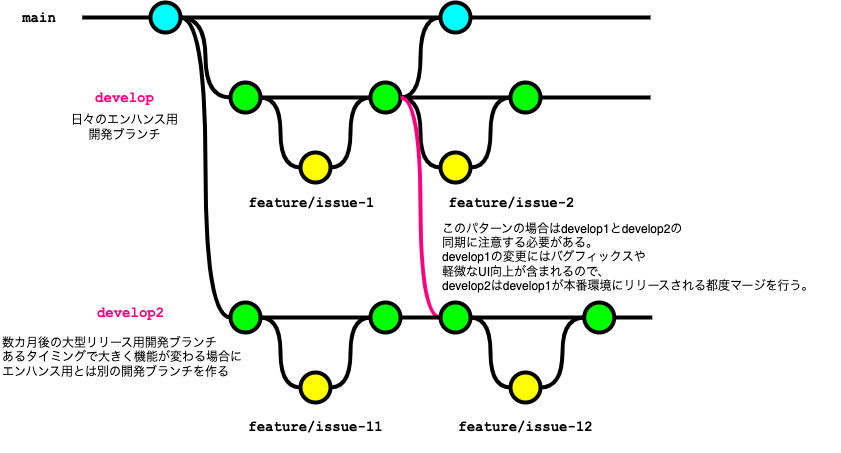
The draw.io diagram documents/forGitBranch/img/branch_strategy_multi_develop.drawio.png in future-architect/coding-standards, before a commit. Source tidied: cells renumbered, new cells last; positions are measured from the earlier drawing's top-left corner, leaving out a move shared by most shapes.
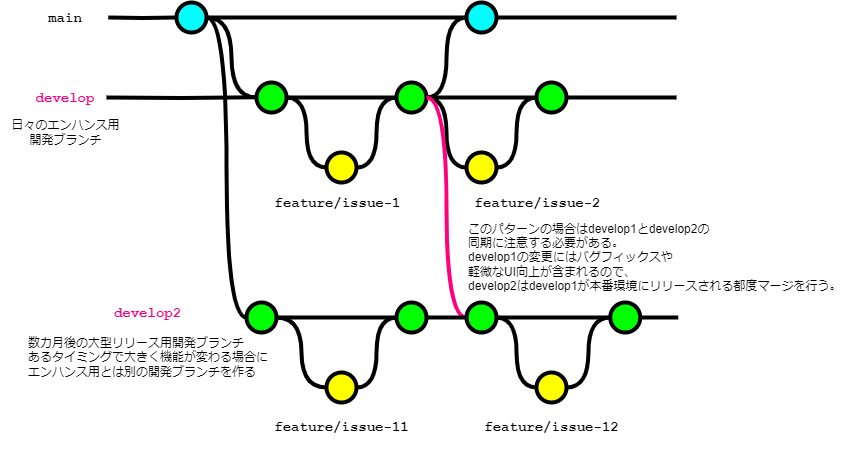
Later version of the same file.

Commit message:
develop branchは永続的に表現 (#162)

What changed in the source:
```diff
@@ -37,7 +37,7 @@
       <mxGeometry x="370" y="80" width="30" height="30" as="geometry" />
     </mxCell>
     <mxCell id="12" value="develop" style="text;html=1;strokeColor=none;fillColor=none;align=center;verticalAlign=middle;whiteSpace=wrap;overflow=hidden;fontSize=14;fontStyle=1;fontFamily=Courier New;fontColor=#FF0080;" parent="1" vertex="1">
-      <mxGeometry x="42.8" y="85" width="162.5" height="20" as="geometry" />
+      <mxGeometry x="-1.2" y="85" width="80" height="20" as="geometry" />
     </mxCell>
     <mxCell id="13" value="feature/issue-1" style="text;html=1;strokeColor=none;fillColor=none;align=center;verticalAlign=middle;whiteSpace=wrap;overflow=hidden;fontSize=14;fontStyle=1;fontFamily=Courier New;" parent="1" vertex="1">
       <mxGeometry x="230" y="190" width="162.5" height="20" as="geometry" />
@@ -78,10 +78,10 @@
       <mxGeometry relative="1" as="geometry" />
     </mxCell>
     <mxCell id="25" value="develop2" style="text;html=1;strokeColor=none;fillColor=none;align=center;verticalAlign=middle;whiteSpace=wrap;overflow=hidden;fontSize=14;fontStyle=1;fontFamily=Courier New;fontColor=#FF0080;" parent="1" vertex="1">
-      <mxGeometry x="48.8" y="300" width="162.5" height="20" as="geometry" />
+      <mxGeometry x="40" y="300" width="162.5" height="20" as="geometry" />
     </mxCell>
     <mxCell id="26" style="verticalLabelPosition=bottom;verticalAlign=top;html=1;strokeWidth=4;shape=mxgraph.flowchart.on-page_reference;plain-purple;gradientColor=none;strokeColor=#000000;fillColor=#00FF00;" parent="1" vertex="1">
-      <mxGeometry x="230" y="300" width="30" height="30" as="geometry" />
+      <mxGeometry x="220" y="300" width="30" height="30" as="geometry" />
     </mxCell>
     <mxCell id="27" style="verticalLabelPosition=bottom;verticalAlign=top;html=1;strokeWidth=4;shape=mxgraph.flowchart.on-page_reference;plain-purple;gradientColor=none;strokeColor=#000000;fillColor=#FFFF00;" parent="1" vertex="1">
       <mxGeometry x="300" y="370" width="30" height="30" as="geometry" />
@@ -137,7 +137,7 @@
       <mxGeometry relative="1" as="geometry" />
     </mxCell>
     <mxCell id="44" value="日々のエンハンス用&lt;br&gt;開発ブランチ" style="text;html=1;align=center;verticalAlign=middle;strokeColor=none;fillColor=none;" parent="1" vertex="1">
-      <mxGeometry x="59" y="105" width="130" height="40" as="geometry" />
+      <mxGeometry x="-26.2" y="110" width="130" height="40" as="geometry" />
     </mxCell>
     <mxCell id="45" value="数カ月後の大型リリース用開発ブランチ&lt;br&gt;あるタイミングで大きく機能が変わる場合に&lt;br&gt;エンハンス用とは別の開発ブランチを作る" style="text;html=1;align=left;verticalAlign=middle;strokeColor=none;fillColor=none;" parent="1" vertex="1">
       <mxGeometry y="325" width="260" height="60" as="geometry" />
@@ -145,5 +145,11 @@
     <mxCell id="46" value="このパターンの場合はdevelop1とdevelop2の&lt;br&gt;同期に注意する必要がある。&lt;br&gt;develop1の変更にはバグフィックスや&lt;br&gt;軽微なUI向上が含まれるので、&lt;br&gt;develop2はdevelop1が本番環境にリリースされる都度マージを行う。" style="text;html=1;align=left;verticalAlign=middle;strokeColor=none;fillColor=none;" parent="1" vertex="1">
       <mxGeometry x="440" y="210" width="400" height="90" as="geometry" />
     </mxCell>
+    <mxCell id="47" style="edgeStyle=orthogonalEdgeStyle;rounded=0;html=1;jettySize=auto;orthogonalLoop=1;strokeWidth=4;endArrow=none;endFill=0;" parent="1" edge="1">
+      <mxGeometry x="78.2" y="180" as="geometry">
+        <mxPoint x="80" y="95" as="sourcePoint" />
+        <mxPoint x="230" y="94.8" as="targetPoint" />
+      </mxGeometry>
+    </mxCell>
   </root>
 </mxGraphModel>
```
